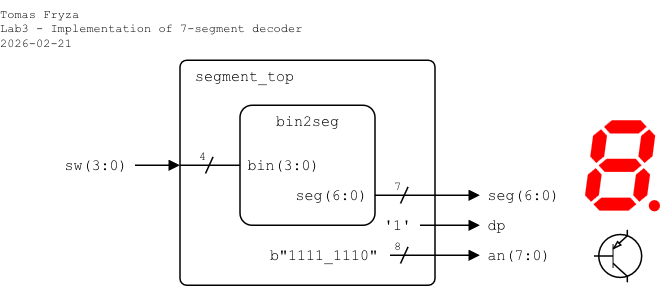
tomas-fryza/verilog-examples keeps this draw.io diagram as lab3-segment/images/top-level_1-digit.png. Above is the earlier version. Source tidied: cells renumbered, new cells last; positions are measured from the earlier drawing's top-left corner, leaving out a move shared by most shapes.
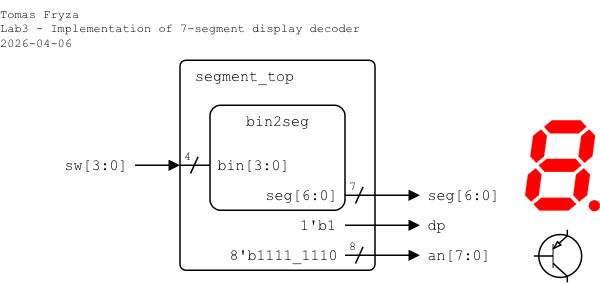
Above is the later version.

What changed in the source:
```diff
@@ -3,99 +3,100 @@
     <mxCell id="0" />
     <mxCell id="1" parent="0" />
     <mxCell id="2" value="segment_top" style="rounded=1;arcSize=3;whiteSpace=wrap;html=1;align=left;verticalAlign=top;fontFamily=Courier New;absoluteArcSize=0;fillColor=none;fontSize=10;spacingLeft=10;imageHeight=24;spacing=0;" parent="1" vertex="1">
-      <mxGeometry x="120" y="40" width="170" height="150" as="geometry" />
+      <mxGeometry x="120" y="80" width="130" height="140" as="geometry" />
     </mxCell>
     <mxCell id="3" value="bin2seg" style="rounded=1;arcSize=10;align=center;verticalAlign=top;fontFamily=Courier New;absoluteArcSize=0;fillColor=none;fixDash=0;fontSize=10;spacingLeft=0;labelBorderColor=none;spacingTop=0;spacing=0;labelBackgroundColor=none;whiteSpace=wrap;html=1;strokeWidth=1;shadow=0;glass=0;" parent="1" vertex="1">
-      <mxGeometry x="160" y="70" width="90" height="80" as="geometry" />
+      <mxGeometry x="140" y="110" width="90" height="70" as="geometry" />
     </mxCell>
-    <mxCell id="4" value="&lt;div style=&quot;line-height: 100%;&quot; align=&quot;left&quot;&gt;bin(3:0)&lt;/div&gt;" style="text;html=1;align=left;verticalAlign=middle;whiteSpace=wrap;rounded=0;fontFamily=Courier New;fontSize=10;fillOpacity=100;spacingLeft=5;spacing=0;" parent="1" vertex="1">
-      <mxGeometry x="160" y="100" width="60" height="20" as="geometry" />
+    <mxCell id="4" value="&lt;div style=&quot;line-height: 100%;&quot; align=&quot;left&quot;&gt;bin[3:0]&lt;/div&gt;" style="text;html=1;align=left;verticalAlign=middle;whiteSpace=wrap;rounded=0;fontFamily=Courier New;fontSize=10;fillOpacity=100;spacingLeft=5;spacing=0;" parent="1" vertex="1">
+      <mxGeometry x="140" y="140" width="60" height="20" as="geometry" />
     </mxCell>
-    <mxCell id="5" value="&lt;div style=&quot;line-height: 100%;&quot;&gt;seg(6:0)&lt;/div&gt;" style="text;html=1;align=right;verticalAlign=middle;whiteSpace=wrap;rounded=0;fontFamily=Courier New;fontSize=10;fillOpacity=100;spacing=0;spacingRight=5;" parent="1" vertex="1">
-      <mxGeometry x="190" y="120" width="60" height="20" as="geometry" />
+    <mxCell id="5" value="&lt;div style=&quot;line-height: 100%;&quot;&gt;seg[6:0]&lt;/div&gt;" style="text;html=1;align=right;verticalAlign=middle;whiteSpace=wrap;rounded=0;fontFamily=Courier New;fontSize=10;fillOpacity=100;spacing=0;spacingRight=5;" parent="1" vertex="1">
+      <mxGeometry x="170" y="160" width="60" height="20" as="geometry" />
     </mxCell>
-    <mxCell id="6" style="endArrow=block;html=1;rounded=0;exitX=1;exitY=0.5;exitDx=0;exitDy=0;endFill=1;endSize=5;startSize=5;" parent="1" edge="1" source="5">
+    <mxCell id="6" style="endArrow=block;html=1;rounded=0;endFill=1;endSize=5;startSize=5;" parent="1" edge="1">
       <mxGeometry relative="1" as="geometry">
-        <mxPoint x="320" y="130" as="targetPoint" />
+        <mxPoint x="230" y="170" as="sourcePoint" />
+        <mxPoint x="280" y="170" as="targetPoint" />
       </mxGeometry>
     </mxCell>
     <mxCell id="7" style="endArrow=none;html=1;rounded=0;endFill=0;endSize=5;startSize=5;" parent="1" edge="1">
       <mxGeometry relative="1" as="geometry">
-        <mxPoint x="120" y="110" as="sourcePoint" />
-        <mxPoint x="160" y="110" as="targetPoint" />
+        <mxPoint x="120" y="150" as="sourcePoint" />
+        <mxPoint x="140" y="150" as="targetPoint" />
       </mxGeometry>
     </mxCell>
     <mxCell id="8" style="endArrow=block;html=1;rounded=0;endFill=1;endSize=5;startSize=5;" parent="1" edge="1">
       <mxGeometry relative="1" as="geometry">
-        <mxPoint x="90" y="110" as="sourcePoint" />
-        <mxPoint x="120" y="110" as="targetPoint" />
+        <mxPoint x="90" y="150" as="sourcePoint" />
+        <mxPoint x="120" y="150" as="targetPoint" />
       </mxGeometry>
     </mxCell>
-    <mxCell id="9" value="sw(3:0)" style="text;html=1;align=right;verticalAlign=middle;whiteSpace=wrap;rounded=0;fontFamily=Courier New;fontSize=10;fillOpacity=100;spacing=0;spacingLeft=0;spacingRight=5;" parent="1" vertex="1">
-      <mxGeometry x="30" y="100" width="60" height="20" as="geometry" />
+    <mxCell id="9" value="sw[3:0]" style="text;html=1;align=right;verticalAlign=middle;whiteSpace=wrap;rounded=0;fontFamily=Courier New;fontSize=10;fillOpacity=100;spacing=0;spacingLeft=0;spacingRight=5;" parent="1" vertex="1">
+      <mxGeometry x="30" y="140" width="60" height="20" as="geometry" />
     </mxCell>
-    <mxCell id="10" value="seg(6:0)" style="text;html=1;align=left;verticalAlign=middle;whiteSpace=wrap;rounded=0;fontFamily=Courier New;fontSize=10;fillOpacity=100;spacing=0;spacingLeft=5;" parent="1" vertex="1">
-      <mxGeometry x="320" y="120" width="60" height="20" as="geometry" />
+    <mxCell id="10" value="seg[6:0]" style="text;html=1;align=left;verticalAlign=middle;whiteSpace=wrap;rounded=0;fontFamily=Courier New;fontSize=10;fillOpacity=100;spacing=0;spacingLeft=5;" parent="1" vertex="1">
+      <mxGeometry x="280" y="160" width="60" height="20" as="geometry" />
     </mxCell>
     <mxCell id="11" style="endArrow=block;html=1;rounded=0;endFill=1;orthogonal=1;endSize=5;startSize=5;" parent="1" edge="1">
       <mxGeometry relative="1" as="geometry">
-        <mxPoint x="260" y="170" as="sourcePoint" />
-        <mxPoint x="320" y="170" as="targetPoint" />
+        <mxPoint x="230" y="210" as="sourcePoint" />
+        <mxPoint x="280" y="210" as="targetPoint" />
       </mxGeometry>
     </mxCell>
-    <mxCell id="12" value="b&quot;1111_1110&quot;" style="text;html=1;align=left;verticalAlign=middle;whiteSpace=wrap;rounded=0;fontFamily=Courier New;fontSize=10;fillOpacity=100;spacing=0;spacingLeft=0;spacingRight=5;" parent="1" vertex="1">
-      <mxGeometry x="180" y="160" width="80" height="20" as="geometry" />
+    <mxCell id="12" value="8'b1111_1110" style="text;html=1;align=right;verticalAlign=middle;whiteSpace=wrap;rounded=0;fontFamily=Courier New;fontSize=10;fillOpacity=100;spacing=0;spacingLeft=0;spacingRight=5;" parent="1" vertex="1">
+      <mxGeometry x="150" y="200" width="80" height="20" as="geometry" />
     </mxCell>
-    <mxCell id="13" value="an(7:0)" style="text;html=1;align=left;verticalAlign=middle;whiteSpace=wrap;rounded=0;fontFamily=Courier New;fontSize=10;fillOpacity=100;spacing=0;spacingLeft=5;" parent="1" vertex="1">
-      <mxGeometry x="320" y="160" width="50" height="20" as="geometry" />
+    <mxCell id="13" value="an[7:0]" style="text;html=1;align=left;verticalAlign=middle;whiteSpace=wrap;rounded=0;fontFamily=Courier New;fontSize=10;fillOpacity=100;spacing=0;spacingLeft=5;" parent="1" vertex="1">
+      <mxGeometry x="280" y="200" width="50" height="20" as="geometry" />
     </mxCell>
     <mxCell id="14" style="endArrow=block;html=1;rounded=0;endFill=1;orthogonal=1;endSize=5;startSize=5;" parent="1" edge="1">
       <mxGeometry relative="1" as="geometry">
-        <mxPoint x="280" y="150" as="sourcePoint" />
-        <mxPoint x="320" y="150" as="targetPoint" />
+        <mxPoint x="230" y="190" as="sourcePoint" />
+        <mxPoint x="280" y="190" as="targetPoint" />
       </mxGeometry>
     </mxCell>
     <mxCell id="15" value="dp" style="text;html=1;align=left;verticalAlign=middle;whiteSpace=wrap;rounded=0;fontFamily=Courier New;fontSize=10;fillOpacity=100;spacing=0;spacingLeft=5;" parent="1" vertex="1">
-      <mxGeometry x="320" y="140" width="20" height="20" as="geometry" />
+      <mxGeometry x="280" y="180" width="20" height="20" as="geometry" />
     </mxCell>
-    <mxCell id="16" value="'1'" style="text;html=1;align=right;verticalAlign=middle;whiteSpace=wrap;rounded=0;fontFamily=Courier New;fontSize=10;fillOpacity=100;spacing=0;spacingLeft=0;spacingRight=5;" parent="1" vertex="1">
-      <mxGeometry x="249" y="140" width="30" height="20" as="geometry" />
+    <mxCell id="16" value="1'b1" style="text;html=1;align=right;verticalAlign=middle;whiteSpace=wrap;rounded=0;fontFamily=Courier New;fontSize=10;fillOpacity=100;spacing=0;spacingLeft=0;spacingRight=5;" parent="1" vertex="1">
+      <mxGeometry x="199" y="180" width="30" height="20" as="geometry" />
     </mxCell>
     <mxCell id="17" style="verticalLabelPosition=bottom;shadow=0;dashed=0;align=center;html=1;verticalAlign=top;shape=mxgraph.electrical.opto_electronics.7_segment_display_with_dp;fillColor=#FF0000;strokeColor=none;" parent="1" vertex="1">
-      <mxGeometry x="390" y="80" width="50" height="60.8" as="geometry" />
+      <mxGeometry x="350" y="120" width="50" height="60.8" as="geometry" />
     </mxCell>
     <mxCell id="18" value="7" style="text;html=1;align=center;verticalAlign=middle;whiteSpace=wrap;rounded=0;fontFamily=Courier New;fontSize=8;fillOpacity=100;spacing=2;spacingRight=0;" parent="1" vertex="1">
-      <mxGeometry x="260" y="114" width="10" height="20" as="geometry" />
+      <mxGeometry x="230" y="154" width="10" height="20" as="geometry" />
     </mxCell>
     <mxCell id="19" style="endArrow=none;html=1;rounded=0;startArrow=none;startFill=0;endSize=4;startSize=4;" parent="1" edge="1">
       <mxGeometry relative="1" as="geometry">
-        <mxPoint x="272" y="124.5" as="sourcePoint" />
-        <mxPoint x="267" y="135.5" as="targetPoint" />
+        <mxPoint x="242" y="164.5" as="sourcePoint" />
+        <mxPoint x="237" y="175.5" as="targetPoint" />
       </mxGeometry>
     </mxCell>
     <mxCell id="20" value="8" style="text;html=1;align=center;verticalAlign=middle;whiteSpace=wrap;rounded=0;fontFamily=Courier New;fontSize=8;fillOpacity=100;spacing=2;spacingRight=0;" parent="1" vertex="1">
-      <mxGeometry x="260" y="154" width="10" height="20" as="geometry" />
+      <mxGeometry x="230" y="194" width="10" height="20" as="geometry" />
     </mxCell>
     <mxCell id="21" style="endArrow=none;html=1;rounded=0;startArrow=none;startFill=0;endSize=4;startSize=4;" parent="1" edge="1">
       <mxGeometry relative="1" as="geometry">
-        <mxPoint x="272" y="164.5" as="sourcePoint" />
-        <mxPoint x="267" y="175.5" as="targetPoint" />
+        <mxPoint x="242" y="204.5" as="sourcePoint" />
+        <mxPoint x="237" y="215.5" as="targetPoint" />
       </mxGeometry>
     </mxCell>
-    <mxCell id="22" value="&lt;div&gt;Tomas Fryza&lt;/div&gt;&lt;div&gt;Lab3 - Implementation of 7-segment decoder&lt;/div&gt;&lt;div&gt;2026-02-21&lt;/div&gt;" style="text;html=1;align=left;verticalAlign=top;whiteSpace=wrap;rounded=0;fontFamily=Courier New;fontSize=8;fillOpacity=100;spacing=0;spacingLeft=0;" parent="1" vertex="1">
-      <mxGeometry width="240" height="40" as="geometry" />
+    <mxCell id="22" value="&lt;div&gt;Tomas Fryza&lt;/div&gt;&lt;div&gt;Lab3 - Implementation of 7-segment display decoder&lt;/div&gt;&lt;div&gt;2026-04-06&lt;/div&gt;" style="text;html=1;align=left;verticalAlign=top;whiteSpace=wrap;rounded=0;fontFamily=Courier New;fontSize=8;fillOpacity=100;spacing=0;spacingLeft=0;" parent="1" vertex="1">
+      <mxGeometry y="40" width="250" height="40" as="geometry" />
     </mxCell>
     <mxCell id="23" value="4" style="text;html=1;align=center;verticalAlign=middle;whiteSpace=wrap;rounded=0;fontFamily=Courier New;fontSize=8;fillOpacity=100;spacing=2;spacingRight=0;" parent="1" vertex="1">
-      <mxGeometry x="130" y="94" width="10" height="20" as="geometry" />
+      <mxGeometry x="120" y="134" width="10" height="20" as="geometry" />
     </mxCell>
     <mxCell id="24" style="endArrow=none;html=1;rounded=0;startArrow=none;startFill=0;endSize=4;startSize=4;" parent="1" edge="1">
       <mxGeometry relative="1" as="geometry">
-        <mxPoint x="142" y="104.5" as="sourcePoint" />
-        <mxPoint x="137" y="115.5" as="targetPoint" />
+        <mxPoint x="132" y="144.5" as="sourcePoint" />
+        <mxPoint x="127" y="155.5" as="targetPoint" />
       </mxGeometry>
     </mxCell>
     <mxCell id="25" style="verticalLabelPosition=bottom;shadow=0;dashed=0;align=center;html=1;verticalAlign=top;shape=mxgraph.electrical.transistors.pnp_transistor_1;" parent="1" vertex="1">
-      <mxGeometry x="395.2" y="153" width="33.2" height="35" as="geometry" />
+      <mxGeometry x="355.2" y="193" width="33.2" height="35" as="geometry" />
     </mxCell>
   </root>
 </mxGraphModel>
```
